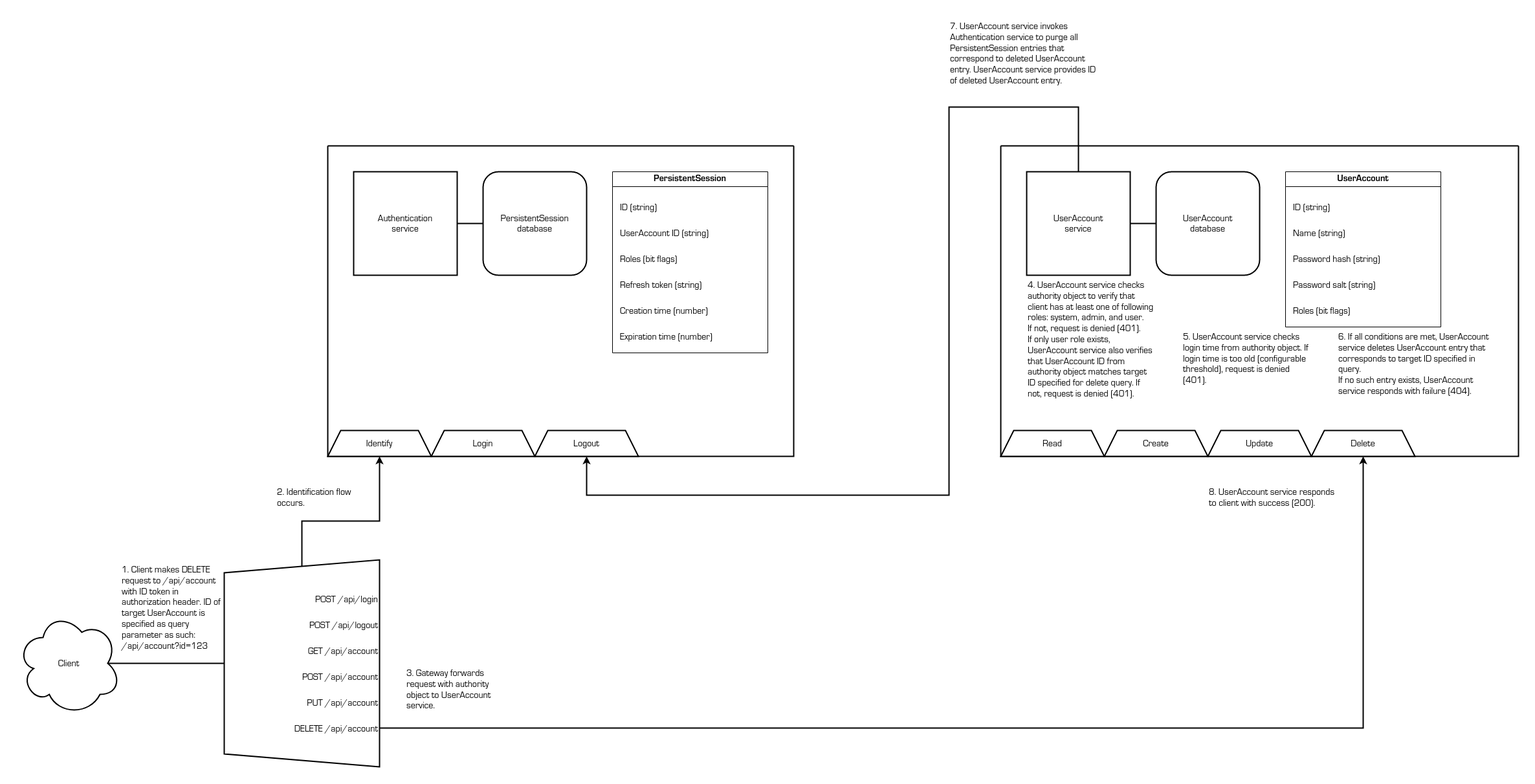
shinhugh/base keeps this draw.io diagram as docs/account-delete-flow.png. Above is the earlier version. Source tidied: cells renumbered, new cells last; positions are measured from the earlier drawing's top-left corner, leaving out a move shared by most shapes.
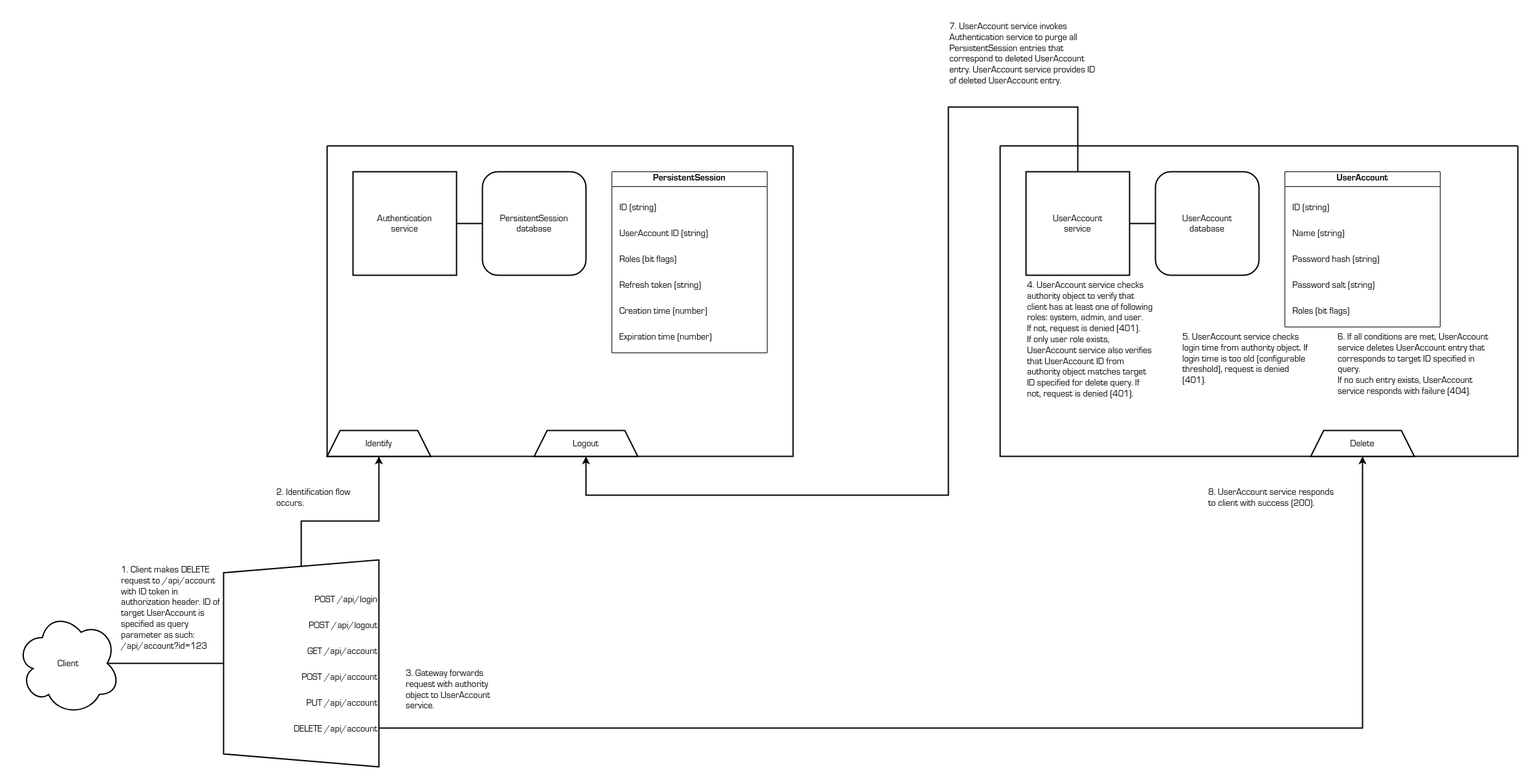
The same diagram one commit later.

Commit message:
Update account delete flow diagram

Diff of the diagram source:
```diff
@@ -35,9 +35,6 @@
     <mxCell id="12" value="Identify" style="shape=trapezoid;perimeter=trapezoidPerimeter;whiteSpace=wrap;fixedSize=1;strokeWidth=2;fontSize=14;fontFamily=Lucida Console;" parent="2" vertex="1">
       <mxGeometry y="440" width="160" height="40" as="geometry" />
     </mxCell>
-    <mxCell id="13" value="Login" style="shape=trapezoid;perimeter=trapezoidPerimeter;whiteSpace=wrap;fixedSize=1;strokeWidth=2;fontSize=14;fontFamily=Lucida Console;" parent="2" vertex="1">
-      <mxGeometry x="160" y="440" width="160" height="40" as="geometry" />
-    </mxCell>
     <mxCell id="14" value="Logout" style="shape=trapezoid;perimeter=trapezoidPerimeter;whiteSpace=wrap;fixedSize=1;strokeWidth=2;fontSize=14;fontFamily=Lucida Console;" parent="2" vertex="1">
       <mxGeometry x="320" y="440" width="160" height="40" as="geometry" />
     </mxCell>
@@ -74,15 +71,6 @@
     <mxCell id="25" style="endArrow=none;html=1;rounded=0;exitX=1;exitY=0.5;exitDx=0;exitDy=0;entryX=0;entryY=0.5;entryDx=0;entryDy=0;strokeWidth=2;" parent="16" edge="1" source="17" target="18">
       <mxGeometry relative="1" as="geometry" />
     </mxCell>
-    <mxCell id="26" value="Create" style="shape=trapezoid;perimeter=trapezoidPerimeter;whiteSpace=wrap;fixedSize=1;strokeWidth=2;fontSize=14;fontFamily=Lucida Console;" parent="16" vertex="1">
-      <mxGeometry x="160" y="440" width="160" height="40" as="geometry" />
-    </mxCell>
-    <mxCell id="27" value="Read" style="shape=trapezoid;perimeter=trapezoidPerimeter;whiteSpace=wrap;fixedSize=1;strokeWidth=2;fontSize=14;fontFamily=Lucida Console;" parent="16" vertex="1">
-      <mxGeometry y="440" width="160" height="40" as="geometry" />
-    </mxCell>
-    <mxCell id="28" value="Update" style="shape=trapezoid;perimeter=trapezoidPerimeter;whiteSpace=wrap;fixedSize=1;strokeWidth=2;fontSize=14;fontFamily=Lucida Console;" parent="16" vertex="1">
-      <mxGeometry x="320" y="440" width="160" height="40" as="geometry" />
-    </mxCell>
     <mxCell id="29" value="Delete" style="shape=trapezoid;perimeter=trapezoidPerimeter;whiteSpace=wrap;fixedSize=1;strokeWidth=2;fontSize=14;fontFamily=Lucida Console;" parent="16" vertex="1">
       <mxGeometry x="480" y="440" width="160" height="40" as="geometry" />
     </mxCell>
```
